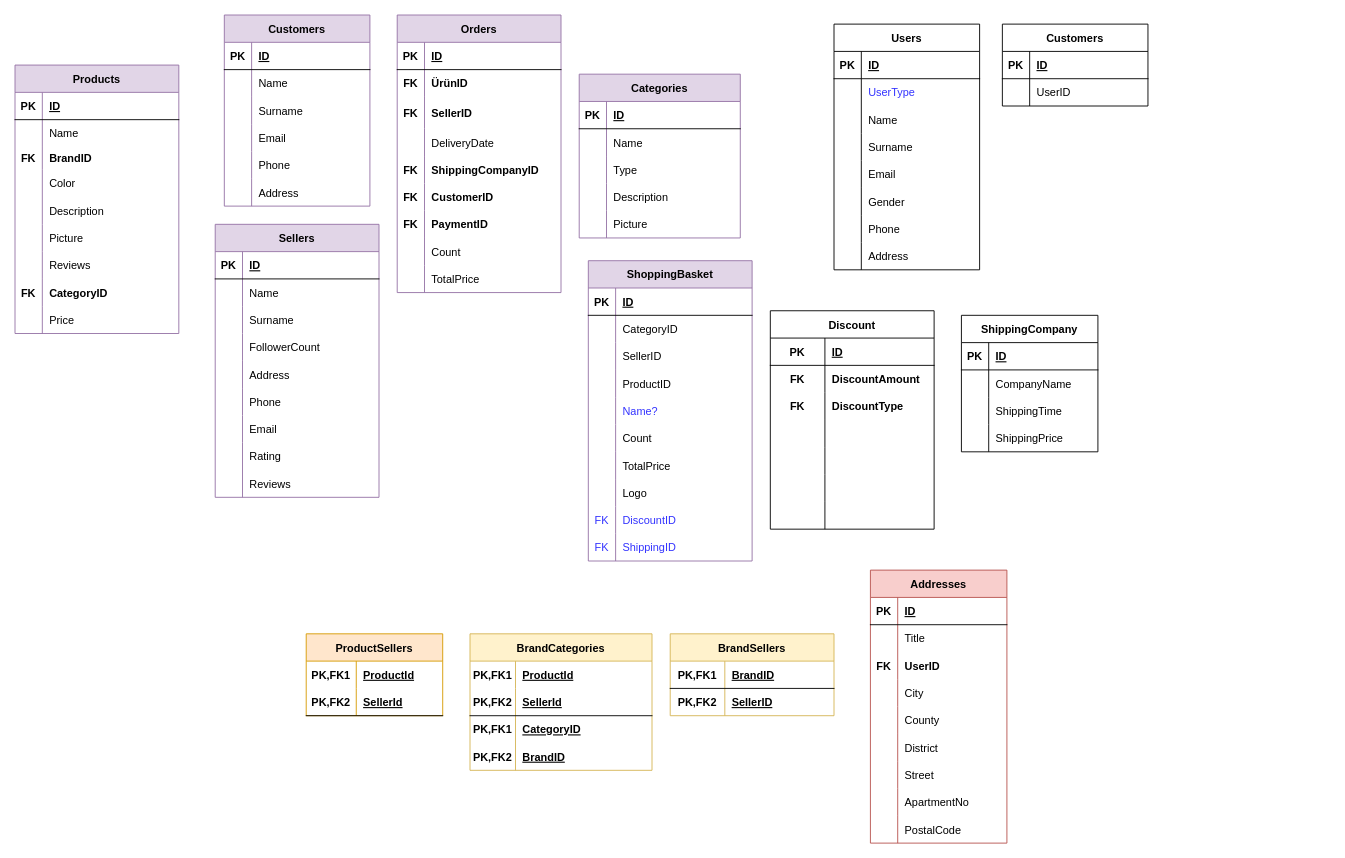
The draw.io diagram Son.drawio in HandeYetisen/Python, before the edit. Source tidied: cells renumbered, new cells numbered last; positions are measured from the earlier drawing's top-left corner, leaving out a move shared by most shapes. Both pictures are drawn from the tidied source at 91%, with x=0, y=0 at pixel (15, 15).
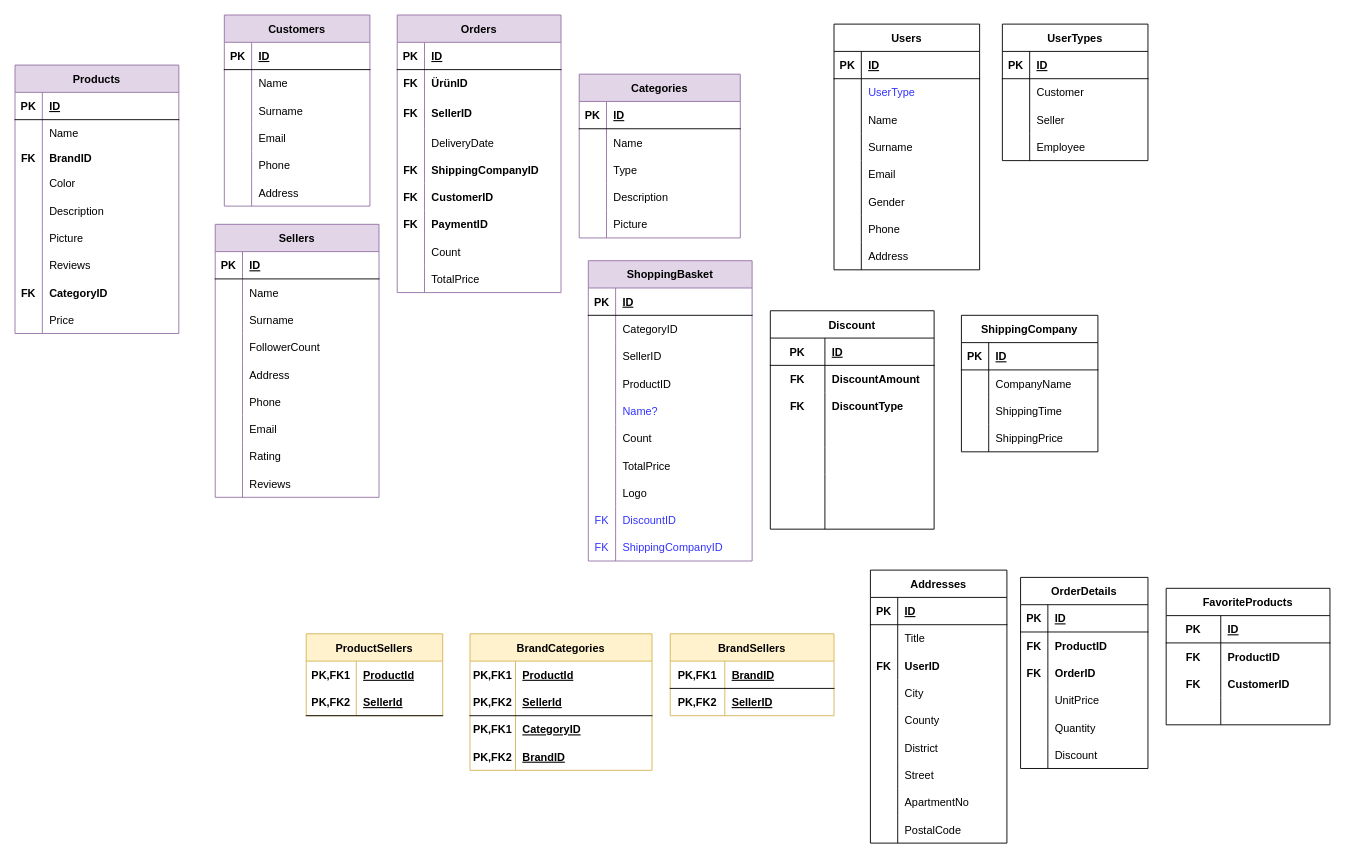
After the change.

The change refers to these unchanged cells:
```xml
<mxCell id="245" style="shape=tableRow;horizontal=0;startSize=0;swimlaneHead=0;swimlaneBody=0;fillColor=none;top=0;left=0;right=0;bottom=0;" parent="217" vertex="1">
  <mxGeometry y="300" width="180" height="30" as="geometry" />
</mxCell>
<mxCell id="272" style="shape=tableRow;horizontal=0;startSize=0;swimlaneHead=0;swimlaneBody=0;fillColor=none;top=0;left=0;right=0;bottom=0;" parent="268" vertex="1">
  <mxGeometry y="60" width="160" height="30" as="geometry" />
</mxCell>
```

What changed in the source:
```diff
@@
-    <mxCell id="65" value="Addresses" style="shape=table;startSize=30;childLayout=tableLayout;rowLines=0;fontStyle=1;align=center;fillColor=#f8cecc;strokeColor=#b85450;" parent="1" vertex="1">
+    <mxCell id="65" value="Addresses" style="shape=table;startSize=30;childLayout=tableLayout;rowLines=0;fontStyle=1;align=center;" parent="1" vertex="1">
       <mxGeometry x="940" y="610" width="150" height="300" as="geometry" />
     </mxCell>
@@
-    <mxCell id="247" value="ShippingID" style="shape=partialRectangle;fillColor=none;top=0;left=0;bottom=0;right=0;align=left;spacingLeft=6;overflow=hidden;fontColor=#3333FF;" parent="245" vertex="1">
+    <mxCell id="247" value="ShippingCompanyID" style="shape=partialRectangle;fillColor=none;top=0;left=0;bottom=0;right=0;align=left;spacingLeft=6;overflow=hidden;fontColor=#3333FF;" parent="245" vertex="1">
       <mxGeometry x="30" width="150" height="30" as="geometry" />
     </mxCell>
-    <mxCell id="248" value="ProductSellers" style="shape=table;startSize=30;childLayout=tableLayout;rowLines=0;fontStyle=1;align=center;fillColor=#ffe6cc;strokeColor=#d79b00;" parent="1" vertex="1">
+    <mxCell id="248" value="ProductSellers" style="shape=table;startSize=30;childLayout=tableLayout;rowLines=0;fontStyle=1;align=center;fillColor=#fff2cc;strokeColor=#d6b656;" parent="1" vertex="1">
       <mxGeometry x="320" y="680" width="150" height="90" as="geometry" />
     </mxCell>
@@
-    <mxCell id="268" value="Customers" style="shape=table;startSize=30;childLayout=tableLayout;rowLines=0;fontStyle=1;align=center;" parent="1" vertex="1">
-      <mxGeometry x="1085" y="10" width="160" height="90" as="geometry" />
+    <mxCell id="268" value="UserTypes" style="shape=table;startSize=30;childLayout=tableLayout;rowLines=0;fontStyle=1;align=center;" parent="1" vertex="1">
+      <mxGeometry x="1085" y="10" width="160" height="150" as="geometry" />
     </mxCell>
@@
-    <mxCell id="274" value="UserID" style="shape=partialRectangle;fillColor=none;top=0;left=0;bottom=0;right=0;align=left;spacingLeft=6;overflow=hidden;" parent="272" vertex="1">
+    <mxCell id="274" value="Customer" style="shape=partialRectangle;fillColor=none;top=0;left=0;bottom=0;right=0;align=left;spacingLeft=6;overflow=hidden;" parent="272" vertex="1">
       <mxGeometry x="30" width="130" height="30" as="geometry" />
     </mxCell>
+    <mxCell id="275" style="shape=tableRow;horizontal=0;startSize=0;swimlaneHead=0;swimlaneBody=0;fillColor=none;top=0;left=0;right=0;bottom=0;" parent="268" vertex="1">
+      <mxGeometry y="90" width="160" height="30" as="geometry" />
+    </mxCell>
+    <mxCell id="276" style="shape=partialRectangle;fillColor=none;top=0;left=0;bottom=0;right=0;overflow=hidden;" parent="275" vertex="1">
+      <mxGeometry width="30" height="30" as="geometry" />
+    </mxCell>
+    <mxCell id="277" value="Seller" style="shape=partialRectangle;fillColor=none;top=0;left=0;bottom=0;right=0;align=left;spacingLeft=6;overflow=hidden;" parent="275" vertex="1">
+      <mxGeometry x="30" width="130" height="30" as="geometry" />
+    </mxCell>
+    <mxCell id="278" style="shape=tableRow;horizontal=0;startSize=0;swimlaneHead=0;swimlaneBody=0;fillColor=none;top=0;left=0;right=0;bottom=0;" parent="268" vertex="1">
+      <mxGeometry y="120" width="160" height="30" as="geometry" />
+    </mxCell>
+    <mxCell id="279" style="shape=partialRectangle;fillColor=none;top=0;left=0;bottom=0;right=0;overflow=hidden;" parent="278" vertex="1">
+      <mxGeometry width="30" height="30" as="geometry" />
+    </mxCell>
+    <mxCell id="280" value="Employee" style="shape=partialRectangle;fillColor=none;top=0;left=0;bottom=0;right=0;align=left;spacingLeft=6;overflow=hidden;" parent="278" vertex="1">
+      <mxGeometry x="30" width="130" height="30" as="geometry" />
+    </mxCell>
+    <mxCell id="281" value="OrderDetails" style="shape=table;startSize=30;childLayout=tableLayout;rowLines=0;fontStyle=1;align=center;" parent="1" vertex="1">
+      <mxGeometry x="1105" y="618" width="140" height="210" as="geometry" />
+    </mxCell>
+    <mxCell id="282" style="shape=tableRow;horizontal=0;startSize=0;swimlaneHead=0;swimlaneBody=0;fillColor=none;top=0;left=0;right=0;bottom=1;" parent="281" vertex="1">
+      <mxGeometry y="30" width="140" height="30" as="geometry" />
+    </mxCell>
+    <mxCell id="283" value="PK" style="shape=partialRectangle;fillColor=none;top=0;left=0;bottom=0;right=0;fontStyle=1;overflow=hidden;" parent="282" vertex="1">
+      <mxGeometry width="30" height="30" as="geometry" />
+    </mxCell>
+    <mxCell id="284" value="ID" style="shape=partialRectangle;fillColor=none;top=0;left=0;bottom=0;right=0;align=left;spacingLeft=6;fontStyle=5;overflow=hidden;" parent="282" vertex="1">
+      <mxGeometry x="30" width="110" height="30" as="geometry" />
+    </mxCell>
+    <mxCell id="285" style="shape=tableRow;horizontal=0;startSize=0;swimlaneHead=0;swimlaneBody=0;fillColor=none;top=0;left=0;right=0;bottom=0;" parent="281" vertex="1">
+      <mxGeometry y="60" width="140" height="30" as="geometry" />
+    </mxCell>
+    <mxCell id="286" value="FK" style="shape=partialRectangle;fillColor=none;top=0;left=0;bottom=0;right=0;overflow=hidden;fontStyle=1;" parent="285" vertex="1">
+      <mxGeometry width="30" height="30" as="geometry" />
+    </mxCell>
+    <mxCell id="287" value="ProductID" style="shape=partialRectangle;fillColor=none;top=0;left=0;bottom=0;right=0;align=left;spacingLeft=6;overflow=hidden;fontStyle=1;" parent="285" vertex="1">
+      <mxGeometry x="30" width="110" height="30" as="geometry" />
+    </mxCell>
+    <mxCell id="288" style="shape=tableRow;horizontal=0;startSize=0;swimlaneHead=0;swimlaneBody=0;fillColor=none;top=0;left=0;right=0;bottom=0;" parent="281" vertex="1">
+      <mxGeometry y="90" width="140" height="30" as="geometry" />
+    </mxCell>
+    <mxCell id="289" value="FK" style="shape=partialRectangle;fillColor=none;top=0;left=0;bottom=0;right=0;overflow=hidden;fontStyle=1;" parent="288" vertex="1">
+      <mxGeometry width="30" height="30" as="geometry" />
+    </mxCell>
+    <mxCell id="290" value="OrderID" style="shape=partialRectangle;fillColor=none;top=0;left=0;bottom=0;right=0;align=left;spacingLeft=6;overflow=hidden;fontStyle=1;" parent="288" vertex="1">
+      <mxGeometry x="30" width="110" height="30" as="geometry" />
+    </mxCell>
+    <mxCell id="291" style="shape=tableRow;horizontal=0;startSize=0;swimlaneHead=0;swimlaneBody=0;fillColor=none;top=0;left=0;right=0;bottom=0;" parent="281" vertex="1">
+      <mxGeometry y="120" width="140" height="30" as="geometry" />
+    </mxCell>
+    <mxCell id="292" style="shape=partialRectangle;fillColor=none;top=0;left=0;bottom=0;right=0;overflow=hidden;" parent="291" vertex="1">
+      <mxGeometry width="30" height="30" as="geometry" />
+    </mxCell>
+    <mxCell id="293" value="UnitPrice" style="shape=partialRectangle;fillColor=none;top=0;left=0;bottom=0;right=0;align=left;spacingLeft=6;overflow=hidden;" parent="291" vertex="1">
+      <mxGeometry x="30" width="110" height="30" as="geometry" />
+    </mxCell>
+    <mxCell id="294" style="shape=tableRow;horizontal=0;startSize=0;swimlaneHead=0;swimlaneBody=0;fillColor=none;top=0;left=0;right=0;bottom=0;" parent="281" vertex="1">
+      <mxGeometry y="150" width="140" height="30" as="geometry" />
+    </mxCell>
+    <mxCell id="295" style="shape=partialRectangle;fillColor=none;top=0;left=0;bottom=0;right=0;overflow=hidden;" parent="294" vertex="1">
+      <mxGeometry width="30" height="30" as="geometry" />
+    </mxCell>
+    <mxCell id="296" value="Quantity" style="shape=partialRectangle;fillColor=none;top=0;left=0;bottom=0;right=0;align=left;spacingLeft=6;overflow=hidden;" parent="294" vertex="1">
+      <mxGeometry x="30" width="110" height="30" as="geometry" />
+    </mxCell>
+    <mxCell id="297" style="shape=tableRow;horizontal=0;startSize=0;swimlaneHead=0;swimlaneBody=0;fillColor=none;top=0;left=0;right=0;bottom=0;" parent="281" vertex="1">
+      <mxGeometry y="180" width="140" height="30" as="geometry" />
+    </mxCell>
+    <mxCell id="298" style="shape=partialRectangle;fillColor=none;top=0;left=0;bottom=0;right=0;overflow=hidden;fontStyle=0;" parent="297" vertex="1">
+      <mxGeometry width="30" height="30" as="geometry" />
+    </mxCell>
+    <mxCell id="299" value="Discount" style="shape=partialRectangle;fillColor=none;top=0;left=0;bottom=0;right=0;align=left;spacingLeft=6;overflow=hidden;fontStyle=0;" parent="297" vertex="1">
+      <mxGeometry x="30" width="110" height="30" as="geometry" />
+    </mxCell>
+    <mxCell id="300" value="FavoriteProducts" style="shape=table;startSize=30;childLayout=tableLayout;rowLines=0;fontStyle=1;align=center;" parent="1" vertex="1">
+      <mxGeometry x="1265" y="630" width="180" height="150" as="geometry" />
+    </mxCell>
+    <mxCell id="301" style="shape=tableRow;horizontal=0;startSize=0;swimlaneHead=0;swimlaneBody=0;fillColor=none;top=0;left=0;right=0;bottom=1;" parent="300" vertex="1">
+      <mxGeometry y="30" width="180" height="30" as="geometry" />
+    </mxCell>
+    <mxCell id="302" value="PK" style="shape=partialRectangle;fillColor=none;top=0;left=0;bottom=0;right=0;fontStyle=1;overflow=hidden;" parent="301" vertex="1">
+      <mxGeometry width="60" height="30" as="geometry" />
+    </mxCell>
+    <mxCell id="303" value="ID" style="shape=partialRectangle;fillColor=none;top=0;left=0;bottom=0;right=0;align=left;spacingLeft=6;fontStyle=5;overflow=hidden;" parent="301" vertex="1">
+      <mxGeometry x="60" width="120" height="30" as="geometry" />
+    </mxCell>
+    <mxCell id="304" style="shape=tableRow;horizontal=0;startSize=0;swimlaneHead=0;swimlaneBody=0;fillColor=none;top=0;left=0;right=0;bottom=0;" parent="300" vertex="1">
+      <mxGeometry y="60" width="180" height="30" as="geometry" />
+    </mxCell>
+    <mxCell id="305" value="FK" style="shape=partialRectangle;fillColor=none;top=0;left=0;bottom=0;right=0;overflow=hidden;fontStyle=1;" parent="304" vertex="1">
+      <mxGeometry width="60" height="30" as="geometry" />
+    </mxCell>
+    <mxCell id="306" value="ProductID" style="shape=partialRectangle;fillColor=none;top=0;left=0;bottom=0;right=0;align=left;spacingLeft=6;overflow=hidden;fontStyle=1;" parent="304" vertex="1">
+      <mxGeometry x="60" width="120" height="30" as="geometry" />
+    </mxCell>
+    <mxCell id="307" style="shape=tableRow;horizontal=0;startSize=0;swimlaneHead=0;swimlaneBody=0;fillColor=none;top=0;left=0;right=0;bottom=0;" parent="300" vertex="1">
+      <mxGeometry y="90" width="180" height="30" as="geometry" />
+    </mxCell>
+    <mxCell id="308" value="FK" style="shape=partialRectangle;fillColor=none;top=0;left=0;bottom=0;right=0;overflow=hidden;fontStyle=1;" parent="307" vertex="1">
+      <mxGeometry width="60" height="30" as="geometry" />
+    </mxCell>
+    <mxCell id="309" value="CustomerID" style="shape=partialRectangle;fillColor=none;top=0;left=0;bottom=0;right=0;align=left;spacingLeft=6;overflow=hidden;fontStyle=1;" parent="307" vertex="1">
+      <mxGeometry x="60" width="120" height="30" as="geometry" />
+    </mxCell>
+    <mxCell id="310" style="shape=tableRow;horizontal=0;startSize=0;swimlaneHead=0;swimlaneBody=0;fillColor=none;top=0;left=0;right=0;bottom=0;" parent="300" vertex="1">
+      <mxGeometry y="120" width="180" height="30" as="geometry" />
+    </mxCell>
+    <mxCell id="311" style="shape=partialRectangle;fillColor=none;top=0;left=0;bottom=0;right=0;overflow=hidden;fontStyle=1;" parent="310" vertex="1">
+      <mxGeometry width="60" height="30" as="geometry" />
+    </mxCell>
+    <mxCell id="312" style="shape=partialRectangle;fillColor=none;top=0;left=0;bottom=0;right=0;align=left;spacingLeft=6;overflow=hidden;fontStyle=1;" parent="310" vertex="1">
+      <mxGeometry x="60" width="120" height="30" as="geometry" />
+    </mxCell>
```
